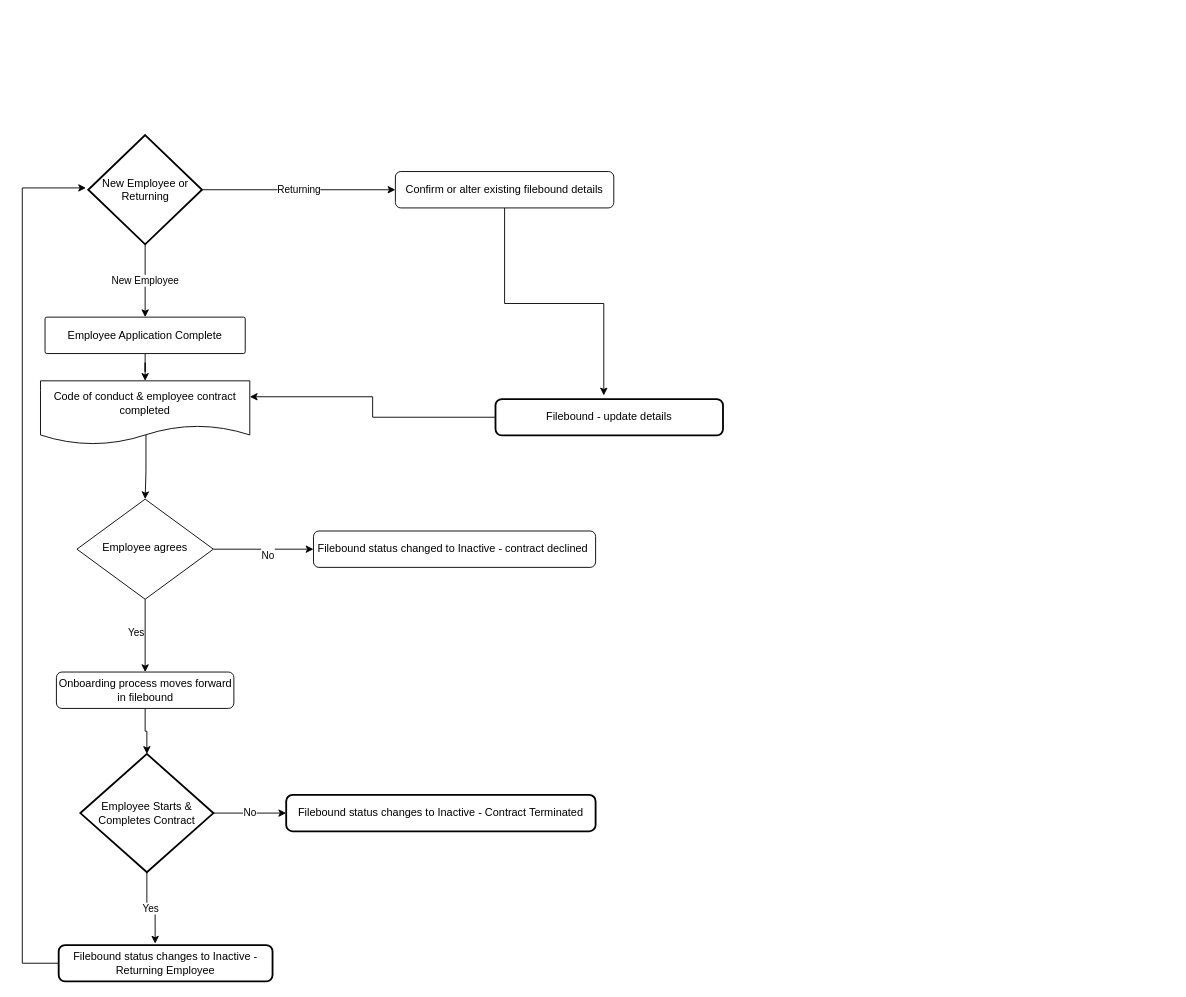
Before: Untitled Diagram.drawio in RayRider77700/hello-world, a draw.io diagram. Source tidied: cells renumbered, new cells numbered last; positions are measured from the earlier drawing's top-left corner, leaving out a move shared by most shapes. Both pictures are drawn from the tidied source at 91%, with x=0, y=0 at pixel (22, 135).
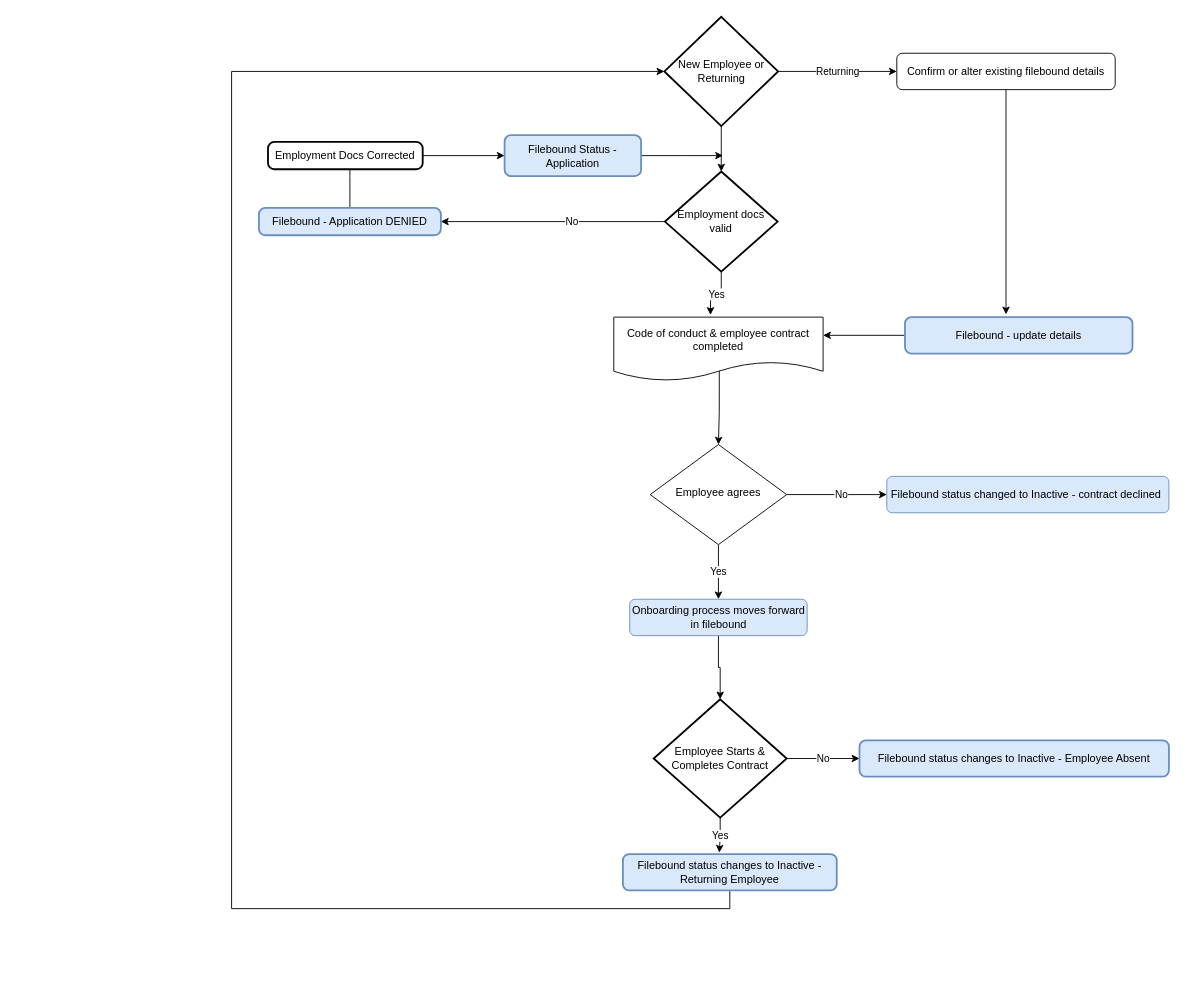
After the change.

Diff of the diagram source:
```diff
@@
-    <mxCell id="2" style="edgeStyle=orthogonalEdgeStyle;rounded=0;jettySize=auto;html=1;entryX=0.5;entryY=0;entryDx=0;entryDy=0;" parent="1" edge="1" source="3" target="11">
-      <mxGeometry relative="1" as="geometry" />
-    </mxCell>
-    <mxCell id="3" value="Employee Application Complete" style="rounded=1;whiteSpace=wrap;html=1;fontSize=12;glass=0;strokeWidth=1;shadow=0;arcSize=5;" parent="1" vertex="1">
-      <mxGeometry x="25" y="200" width="220" height="40" as="geometry" />
-    </mxCell>
+    <mxCell id="5" value="No" style="edgeStyle=orthogonalEdgeStyle;rounded=0;jettySize=auto;html=1;entryX=0;entryY=0.5;entryDx=0;entryDy=0;" parent="1" edge="1" source="6" target="9">
+      <mxGeometry x="0.09" relative="1" as="geometry">
+        <Array as="points">
+          <mxPoint x="900" y="395" />
+          <mxPoint x="900" y="395" />
+        </Array>
+      </mxGeometry>
+    </mxCell>
-    <mxCell id="4" value="&lt;br&gt;Yes" style="edgeStyle=orthogonalEdgeStyle;rounded=0;jettySize=auto;html=1;entryX=0.5;entryY=0;entryDx=0;entryDy=0;" parent="1" edge="1" source="6" target="8">
-      <mxGeometry x="-0.13" y="-5" relative="1" as="geometry">
-        <mxPoint x="-5" y="-5" as="offset" />
-      </mxGeometry>
+    <mxCell id="4" value="Yes" style="edgeStyle=orthogonalEdgeStyle;rounded=0;jettySize=auto;html=1;entryX=0.5;entryY=0;entryDx=0;entryDy=0;" parent="1" edge="1" source="6" target="8">
+      <mxGeometry relative="1" as="geometry" />
     </mxCell>
-    <mxCell id="5" value="&lt;br&gt;No" style="edgeStyle=orthogonalEdgeStyle;rounded=0;jettySize=auto;html=1;entryX=0;entryY=0.5;entryDx=0;entryDy=0;" parent="1" edge="1" source="6" target="9">
-      <mxGeometry x="0.09" relative="1" as="geometry">
-        <Array as="points">
-          <mxPoint x="270" y="455" />
-          <mxPoint x="270" y="455" />
-        </Array>
-      </mxGeometry>
-    </mxCell>
     <mxCell id="6" value="Employee agrees" style="rhombus;whiteSpace=wrap;html=1;shadow=0;fontFamily=Helvetica;fontSize=12;align=center;strokeWidth=1;spacing=6;spacingTop=-4;" parent="1" vertex="1">
-      <mxGeometry x="60" y="400" width="150" height="110" as="geometry" />
+      <mxGeometry x="690" y="340" width="150" height="110" as="geometry" />
     </mxCell>
-    <mxCell id="7" style="edgeStyle=orthogonalEdgeStyle;rounded=0;jettySize=auto;html=1;" parent="1" edge="1" source="8" target="19">
+    <mxCell id="7" style="edgeStyle=orthogonalEdgeStyle;rounded=0;jettySize=auto;html=1;exitX=0.5;exitY=1;exitDx=0;exitDy=0;" parent="1" edge="1" source="8" target="19">
       <mxGeometry relative="1" as="geometry" />
     </mxCell>
-    <mxCell id="8" value="Onboarding process moves forward in filebound" style="rounded=1;whiteSpace=wrap;html=1;fontSize=12;glass=0;strokeWidth=1;shadow=0;" parent="1" vertex="1">
-      <mxGeometry x="37.5" y="590" width="195" height="40" as="geometry" />
-    </mxCell>
-    <mxCell id="9" value="Filebound status changed to Inactive - contract declined&amp;nbsp;" style="rounded=1;whiteSpace=wrap;html=1;fontSize=12;glass=0;strokeWidth=1;shadow=0;" parent="1" vertex="1">
-      <mxGeometry x="320" y="435" width="310" height="40" as="geometry" />
+    <mxCell id="9" value="Filebound status changed to Inactive - contract declined&amp;nbsp;" style="rounded=1;whiteSpace=wrap;html=1;fontSize=12;glass=0;strokeWidth=1;shadow=0;fillColor=#dae8fc;strokeColor=#6c8ebf;" parent="1" vertex="1">
+      <mxGeometry x="950" y="375" width="310" height="40" as="geometry" />
     </mxCell>
@@
     <mxCell id="11" value="Code of conduct &amp;amp; employee contract completed" style="shape=document;whiteSpace=wrap;html=1;boundedLbl=1;" parent="1" vertex="1">
-      <mxGeometry x="20" y="270" width="230" height="70" as="geometry" />
+      <mxGeometry x="650" y="200" width="230" height="70" as="geometry" />
     </mxCell>
-    <mxCell id="12" value="New Employee" style="edgeStyle=orthogonalEdgeStyle;rounded=0;jettySize=auto;html=1;entryX=0.5;entryY=0;entryDx=0;entryDy=0;" parent="1" edge="1" source="14" target="3">
-      <mxGeometry relative="1" as="geometry" />
-    </mxCell>
@@
+    <mxCell id="25" style="edgeStyle=orthogonalEdgeStyle;rounded=0;jettySize=auto;html=1;entryX=0.5;entryY=0;entryDx=0;entryDy=0;entryPerimeter=0;" parent="1" edge="1" source="14" target="31">
+      <mxGeometry relative="1" as="geometry" />
+    </mxCell>
     <mxCell id="14" value="New Employee or Returning" style="strokeWidth=2;html=1;shape=mxgraph.flowchart.decision;whiteSpace=wrap;" parent="1" vertex="1">
-      <mxGeometry x="72.5" width="125" height="120" as="geometry" />
+      <mxGeometry x="705.6" y="-130" width="125" height="120" as="geometry" />
     </mxCell>
-    <mxCell id="15" style="edgeStyle=orthogonalEdgeStyle;rounded=0;jettySize=auto;html=1;" parent="1" edge="1" source="16">
-      <mxGeometry relative="1" as="geometry">
-        <mxPoint x="70" y="58" as="targetPoint" />
-        <Array as="points">
-          <mxPoint y="910" />
-          <mxPoint y="58" />
-        </Array>
-      </mxGeometry>
-    </mxCell>
+    <mxCell id="26" style="edgeStyle=orthogonalEdgeStyle;rounded=0;jettySize=auto;html=1;entryX=0;entryY=0.5;entryDx=0;entryDy=0;entryPerimeter=0;" parent="1" edge="1" source="16" target="14">
+      <mxGeometry relative="1" as="geometry">
+        <Array as="points">
+          <mxPoint x="230" y="850" />
+          <mxPoint x="230" y="-70" />
+        </Array>
+      </mxGeometry>
+    </mxCell>
-    <mxCell id="16" value="Filebound status changes to Inactive - Returning Employee" style="rounded=1;whiteSpace=wrap;html=1;absoluteArcSize=1;arcSize=14;strokeWidth=2;" parent="1" vertex="1">
-      <mxGeometry x="40" y="890" width="235" height="40" as="geometry" />
+    <mxCell id="16" value="Filebound status changes to Inactive - Returning Employee" style="rounded=1;whiteSpace=wrap;html=1;absoluteArcSize=1;arcSize=14;strokeWidth=2;fillColor=#dae8fc;strokeColor=#6c8ebf;" parent="1" vertex="1">
+      <mxGeometry x="660" y="790" width="235" height="40" as="geometry" />
     </mxCell>
@@
-    <mxCell id="18" value="No" style="edgeStyle=orthogonalEdgeStyle;rounded=0;jettySize=auto;html=1;entryX=0;entryY=0.5;entryDx=0;entryDy=0;" parent="1" edge="1" source="19" target="20">
-      <mxGeometry relative="1" as="geometry" />
+    <mxCell id="18" value="No" style="edgeStyle=orthogonalEdgeStyle;rounded=0;jettySize=auto;html=1;entryX=0;entryY=0.5;entryDx=0;entryDy=0;" parent="1" edge="1" source="19">
+      <mxGeometry relative="1" as="geometry">
+        <mxPoint x="920" y="685" as="targetPoint" />
+      </mxGeometry>
     </mxCell>
     <mxCell id="19" value="Employee Starts &amp;amp; Completes Contract&lt;br&gt;" style="strokeWidth=2;html=1;shape=mxgraph.flowchart.decision;whiteSpace=wrap;" parent="1" vertex="1">
-      <mxGeometry x="63.8" y="680" width="146.2" height="130" as="geometry" />
+      <mxGeometry x="693.8" y="620" width="146.2" height="130" as="geometry" />
     </mxCell>
-    <mxCell id="20" value="Filebound status changes to Inactive - Contract Terminated" style="rounded=1;whiteSpace=wrap;html=1;absoluteArcSize=1;arcSize=14;strokeWidth=2;" parent="1" vertex="1">
-      <mxGeometry x="290" y="725" width="340" height="40" as="geometry" />
-    </mxCell>
-    <mxCell id="21" style="edgeStyle=orthogonalEdgeStyle;rounded=0;jettySize=auto;html=1;entryX=0.476;entryY=-0.1;entryDx=0;entryDy=0;entryPerimeter=0;" parent="1" edge="1" source="22" target="24">
+    <mxCell id="21" style="edgeStyle=orthogonalEdgeStyle;rounded=0;jettySize=auto;html=1;entryX=0.444;entryY=-0.076;entryDx=0;entryDy=0;entryPerimeter=0;" parent="1" edge="1" source="22" target="24">
       <mxGeometry relative="1" as="geometry" />
     </mxCell>
     <mxCell id="22" value="Confirm or alter existing filebound details" style="rounded=1;whiteSpace=wrap;html=1;" parent="1" vertex="1">
-      <mxGeometry x="410" y="40" width="240" height="40" as="geometry" />
+      <mxGeometry x="961" y="-90" width="240" height="40" as="geometry" />
     </mxCell>
-    <mxCell id="23" style="edgeStyle=orthogonalEdgeStyle;rounded=0;jettySize=auto;html=1;entryX=1;entryY=0.25;entryDx=0;entryDy=0;" parent="1" edge="1" source="24" target="11">
-      <mxGeometry relative="1" as="geometry" />
-    </mxCell>
+    <mxCell id="27" style="edgeStyle=orthogonalEdgeStyle;rounded=0;orthogonalLoop=1;jettySize=auto;html=1;" parent="1" edge="1">
+      <mxGeometry relative="1" as="geometry">
+        <mxPoint x="970" y="220" as="sourcePoint" />
+        <mxPoint x="880" y="220" as="targetPoint" />
+      </mxGeometry>
+    </mxCell>
+    <mxCell id="28" style="edgeStyle=orthogonalEdgeStyle;rounded=0;jettySize=auto;html=1;entryX=1;entryY=0.5;entryDx=0;entryDy=0;" parent="1" edge="1" source="31" target="33">
+      <mxGeometry relative="1" as="geometry" />
+    </mxCell>
+    <mxCell id="29" value="No" style="edgeLabel;html=1;align=center;verticalAlign=middle;" parent="28" vertex="1">
+      <mxGeometry x="-0.17" y="-1" relative="1" as="geometry">
+        <mxPoint x="-1" as="offset" />
+      </mxGeometry>
+    </mxCell>
+    <mxCell id="30" value="Yes" style="edgeStyle=orthogonalEdgeStyle;rounded=0;jettySize=auto;html=1;entryX=0.462;entryY=-0.035;entryDx=0;entryDy=0;entryPerimeter=0;" parent="1" edge="1" source="31" target="11">
+      <mxGeometry relative="1" as="geometry" />
+    </mxCell>
+    <mxCell id="31" value="Employment docs valid" style="strokeWidth=2;html=1;shape=mxgraph.flowchart.decision;whiteSpace=wrap;" parent="1" vertex="1">
+      <mxGeometry x="706.2" y="40" width="123.8" height="110" as="geometry" />
+    </mxCell>
+    <mxCell id="32" style="edgeStyle=orthogonalEdgeStyle;rounded=0;jettySize=auto;html=1;" parent="1" edge="1" source="33">
+      <mxGeometry relative="1" as="geometry">
+        <mxPoint x="360" y="10" as="targetPoint" />
+      </mxGeometry>
+    </mxCell>
+    <mxCell id="33" value="Filebound - Application DENIED" style="rounded=1;whiteSpace=wrap;html=1;absoluteArcSize=1;arcSize=14;strokeWidth=2;fillColor=#dae8fc;strokeColor=#6c8ebf;" parent="1" vertex="1">
+      <mxGeometry x="260" y="80" width="200" height="30" as="geometry" />
+    </mxCell>
+    <mxCell id="34" style="edgeStyle=orthogonalEdgeStyle;rounded=0;jettySize=auto;html=1;entryX=0;entryY=0.5;entryDx=0;entryDy=0;" parent="1" edge="1" source="35" target="37">
+      <mxGeometry relative="1" as="geometry" />
+    </mxCell>
+    <mxCell id="35" value="Employment Docs Corrected" style="rounded=1;whiteSpace=wrap;html=1;absoluteArcSize=1;arcSize=14;strokeWidth=2;" parent="1" vertex="1">
+      <mxGeometry x="270" y="7.5" width="170" height="30" as="geometry" />
+    </mxCell>
+    <mxCell id="36" style="edgeStyle=orthogonalEdgeStyle;rounded=0;jettySize=auto;html=1;" parent="1" edge="1" source="37">
+      <mxGeometry relative="1" as="geometry">
+        <mxPoint x="770" y="22.5" as="targetPoint" />
+      </mxGeometry>
+    </mxCell>
+    <mxCell id="37" value="Filebound Status - Application" style="rounded=1;whiteSpace=wrap;html=1;absoluteArcSize=1;arcSize=14;strokeWidth=2;fillColor=#dae8fc;strokeColor=#6c8ebf;" parent="1" vertex="1">
+      <mxGeometry x="530" width="150" height="45" as="geometry" />
+    </mxCell>
-    <mxCell id="24" value="Filebound - update details" style="rounded=1;whiteSpace=wrap;html=1;absoluteArcSize=1;arcSize=14;strokeWidth=2;" parent="1" vertex="1">
-      <mxGeometry x="520" y="290" width="250" height="40" as="geometry" />
+    <mxCell id="24" value="Filebound - update details" style="rounded=1;whiteSpace=wrap;html=1;absoluteArcSize=1;arcSize=14;strokeWidth=2;fillColor=#dae8fc;strokeColor=#6c8ebf;" parent="1" vertex="1">
+      <mxGeometry x="970" y="200" width="250" height="40" as="geometry" />
     </mxCell>
+    <mxCell id="38" value="Filebound status changes to Inactive - Employee Absent" style="rounded=1;whiteSpace=wrap;html=1;absoluteArcSize=1;arcSize=14;strokeWidth=2;fillColor=#dae8fc;strokeColor=#6c8ebf;" parent="1" vertex="1">
+      <mxGeometry x="920" y="665" width="340" height="40" as="geometry" />
+    </mxCell>
+    <mxCell id="8" value="Onboarding process moves forward in filebound" style="rounded=1;whiteSpace=wrap;html=1;fontSize=12;glass=0;strokeWidth=1;shadow=0;fillColor=#dae8fc;strokeColor=#6c8ebf;" parent="1" vertex="1">
+      <mxGeometry x="667.5" y="510" width="195" height="40" as="geometry" />
+    </mxCell>
```
